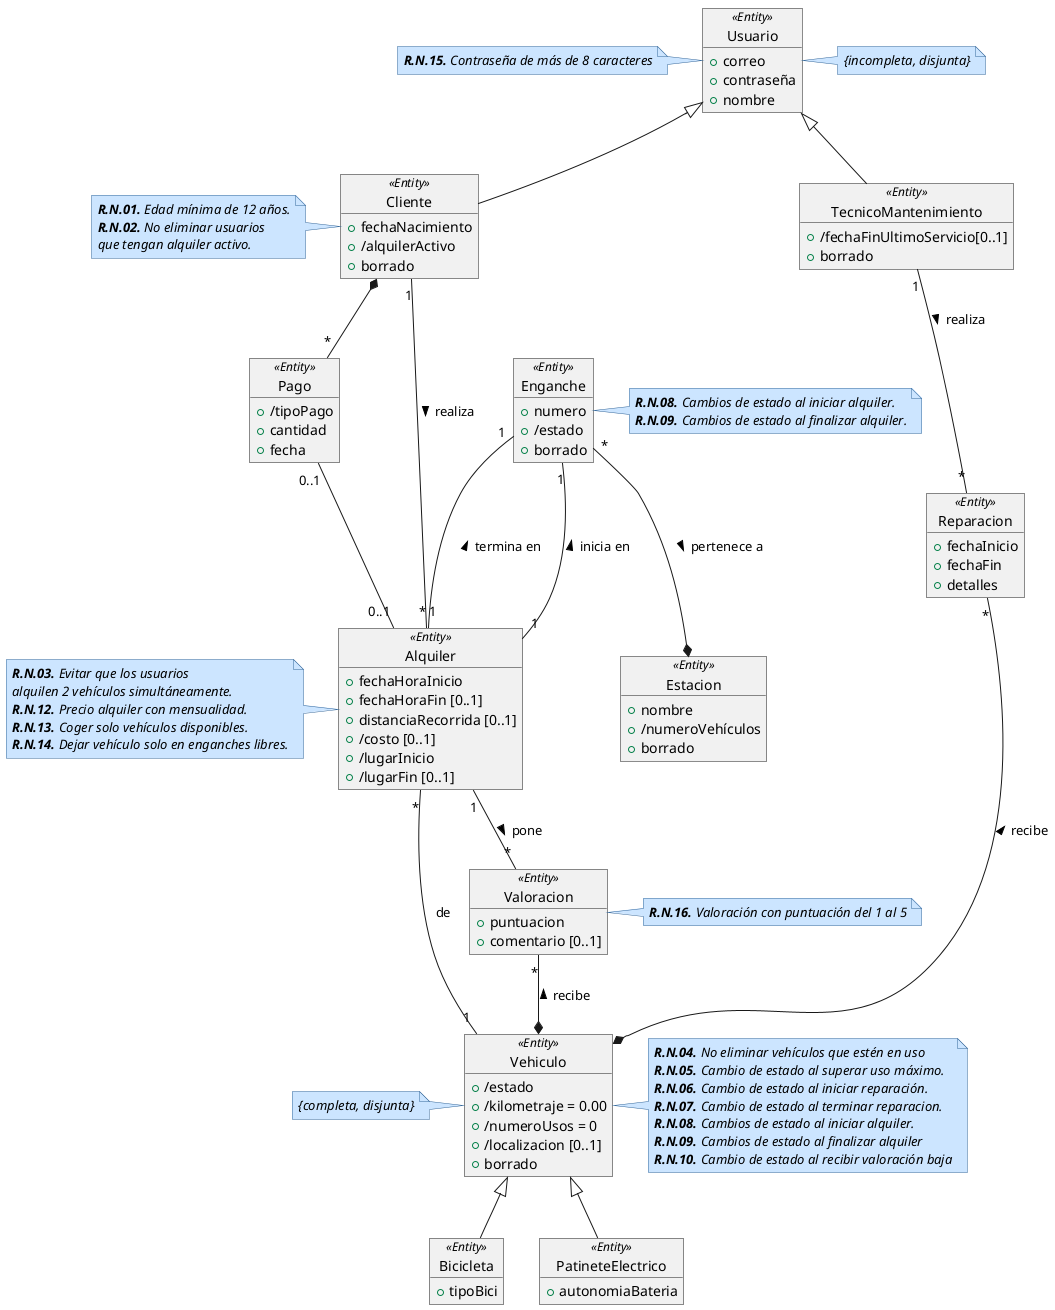
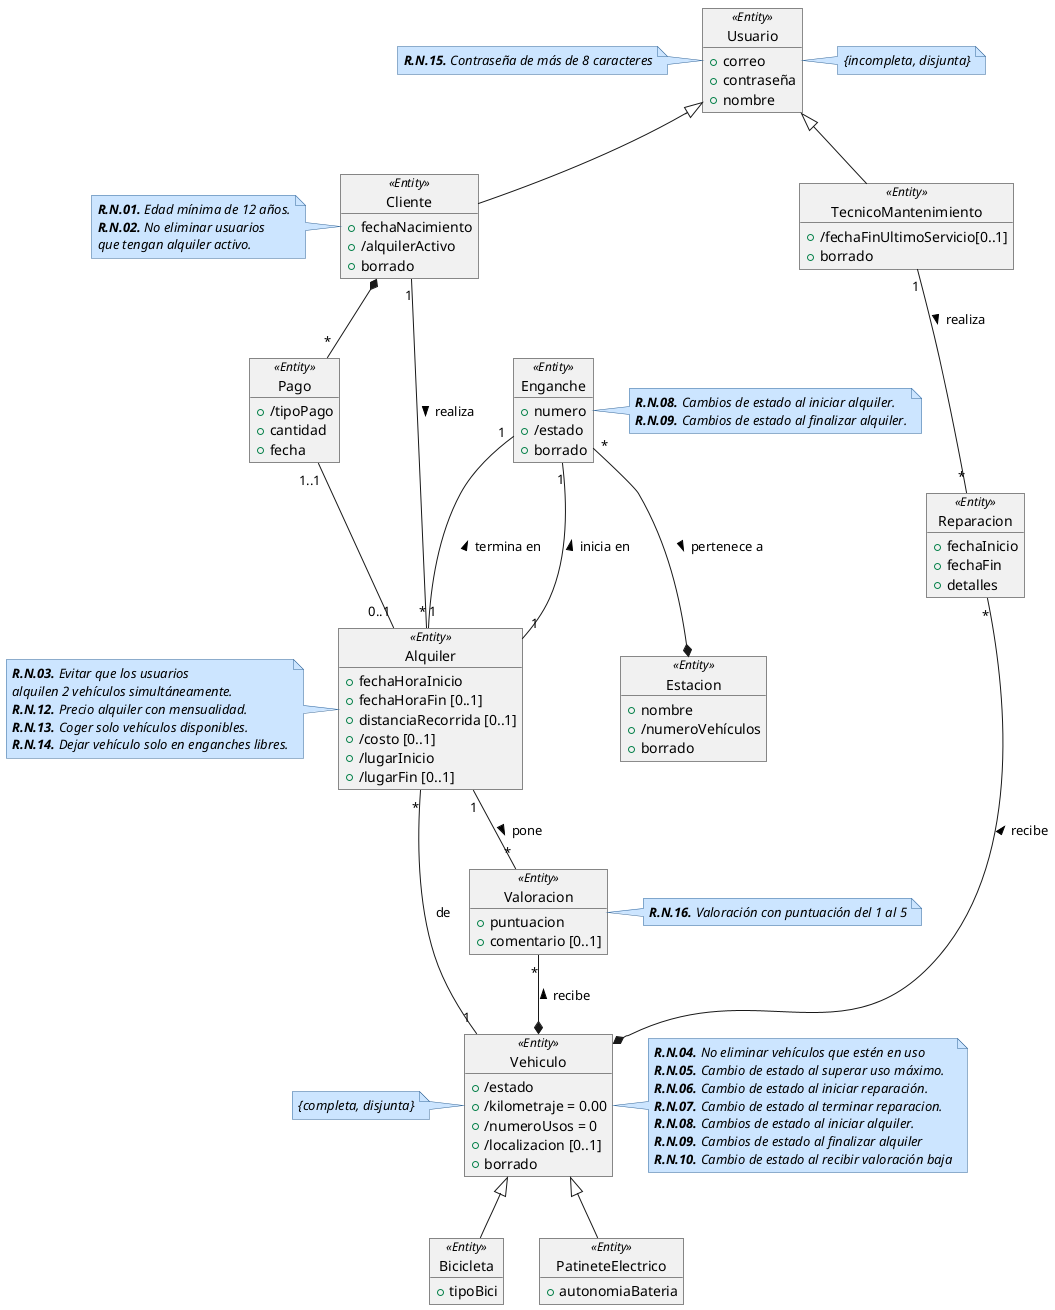
@startuml DiagramaClases

skinparam note {
  BackgroundColor #cce5ff
  BorderColor #336699
  FontStyle italic
}

object Usuario<<Entity>> {
    +correo
    +contraseña
    +nombre
}
note right: {incompleta, disjunta}
note left of Usuario
'''
**R.N.15.** Contraseña de más de 8 caracteres
'''
end note


object Cliente<<Entity>> {
    +fechaNacimiento
    +/alquilerActivo
    +borrado
}
note left
'''
**R.N.01.** Edad mínima de 12 años.
**R.N.02.** No eliminar usuarios
que tengan alquiler activo.
'''
end note

object Pago<<Entity>> {
    +/tipoPago
    +cantidad
    +fecha
}
'Tipo pago puede ser o mensual o individual


object TecnicoMantenimiento<<Entity>> {
    +/fechaFinUltimoServicio[0..1]
    +borrado
}

object Reparacion<<Entity>> {
    +fechaInicio
    +fechaFin
    +detalles
}

object Valoracion<<Entity>> {
    +puntuacion
    +comentario [0..1]
}
note right
'''
**R.N.16.** Valoración con puntuación del 1 al 5
'''
end note

/'
La distancia recorrida la cuenta el vehículo con un
medidor incorporado y solo se registra cuando termina el recorrido.
Por eso mismo no es derivada de lugar inicio o fin, porque si no si acabas
en el mismo sitio la distancia recorrida sería 0.
'/
object Alquiler<<Entity>> {
    +fechaHoraInicio
    +fechaHoraFin [0..1]
    +distanciaRecorrida [0..1]
    +/costo [0..1]
    +/lugarInicio
    +/lugarFin [0..1]
}
note left
'''
**R.N.03.** Evitar que los usuarios
alquilen 2 vehículos simultáneamente.
**R.N.12.** Precio alquiler con mensualidad.
**R.N.13.** Coger solo vehículos disponibles.
**R.N.14.** Dejar vehículo solo en enganches libres.
'''
end note

/'
La localización del vehículo se muestra cuando se guarda el vehículo.
No se guarda localización por GPS.
'/
object Vehiculo<<Entity>> {
    +/estado
    +/kilometraje = 0.00
    +/numeroUsos = 0
    +/localizacion [0..1]
    +borrado
}
note right
'''
**R.N.04.** No eliminar vehículos que estén en uso
**R.N.05.** Cambio de estado al superar uso máximo.
**R.N.06.** Cambio de estado al iniciar reparación.
**R.N.07.** Cambio de estado al terminar reparacion.
**R.N.08.** Cambios de estado al iniciar alquiler.
**R.N.09.** Cambios de estado al finalizar alquiler
**R.N.10.** Cambio de estado al recibir valoración baja
'''
end note
note left of Vehiculo: {completa, disjunta}

object Estacion<<Entity>> {
    +nombre
    +/numeroVehículos
    +borrado
}

object Enganche<<Entity>> {
    +numero
    +/estado
    +borrado
}
note right
'''
 **R.N.08.** Cambios de estado al iniciar alquiler.
 **R.N.09.** Cambios de estado al finalizar alquiler.
'''
end note

object Bicicleta<<Entity>> {
    +tipoBici
}

object PatineteElectrico<<Entity>> {
    +autonomiaBateria
}

Usuario <|-- Cliente
Usuario <|-- TecnicoMantenimiento

Enganche "*"--* Estacion : pertenece a >

'Relación directa valoraciones'
Alquiler "1"--"*" Valoracion : pone >
Valoracion "*"--* Vehiculo : recibe <

TecnicoMantenimiento "1"--"*" Reparacion : realiza >
Reparacion "*"--* Vehiculo : recibe <

Enganche "1" --"1" Alquiler: inicia en <
Enganche "1" --"1" Alquiler: termina en <

'Relacion de Alquileres'
Cliente "1"--"*"  Alquiler: realiza >

Alquiler "*"--"1" Vehiculo: de

'Relacion Pago'
Cliente *--"*" Pago
- Pago "0..1"--"0..1" Alquiler
+ Pago "1..1"--"0..1" Alquiler

Vehiculo <|-- Bicicleta
Vehiculo <|-- PatineteElectrico


@enduml